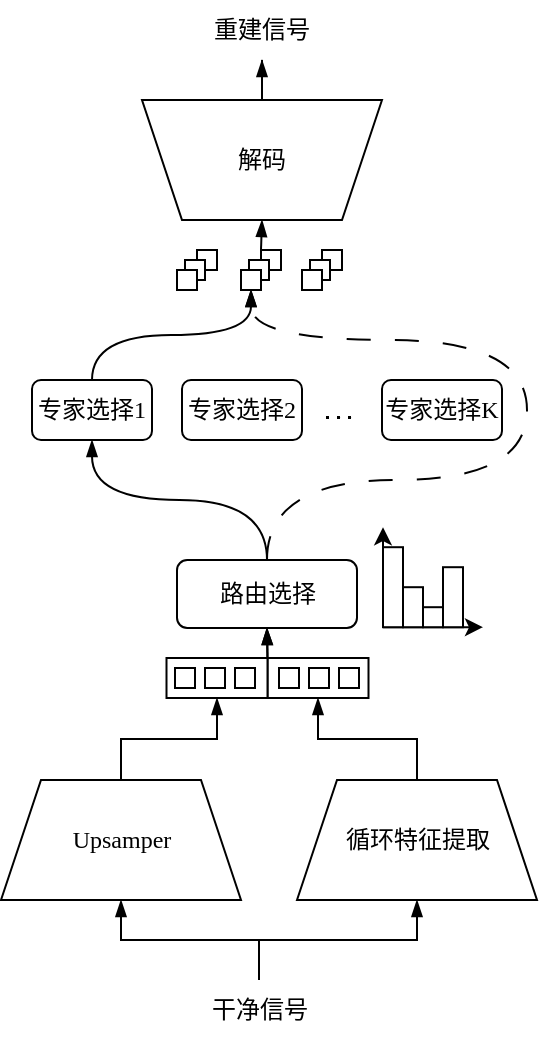
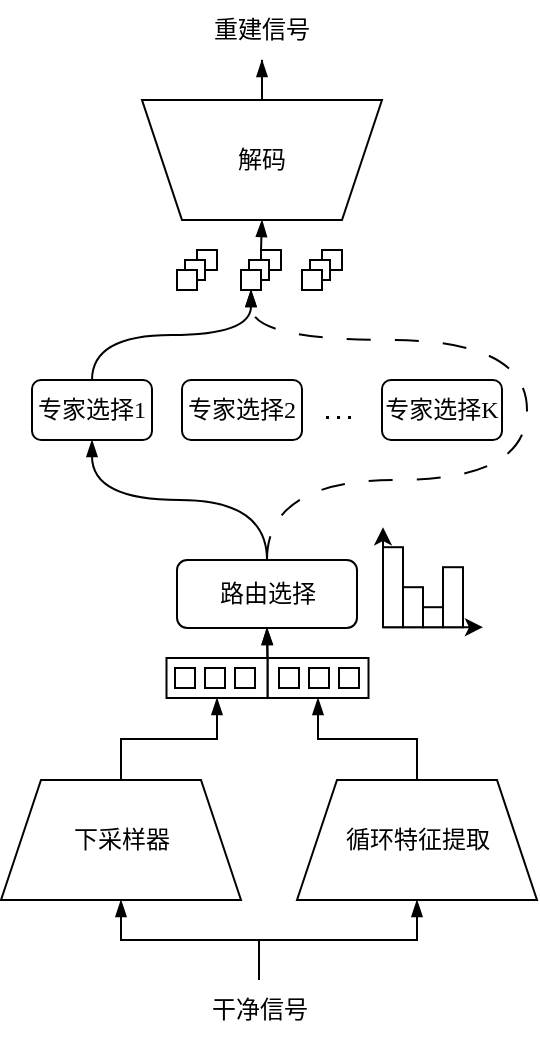
<mxfile host="app.diagrams.net">
  <diagram name="第 1 页" id="SjvYNRHAluqE4aQ-oaUj">
    <mxGraphModel dx="978" dy="629" grid="1" gridSize="10" guides="1" tooltips="1" connect="1" arrows="1" fold="1" page="1" pageScale="1" pageWidth="827" pageHeight="1169" math="1" shadow="0">
      <root>
        <mxCell id="0" />
        <mxCell id="1" parent="0" />
        <mxCell id="3LzpJVUNnBmxpikHaiK4-5" parent="1" style="rounded=0;whiteSpace=wrap;html=1;" value="" vertex="1">
          <mxGeometry height="20" width="50.5" x="397.75" y="449" as="geometry" />
        </mxCell>
        <mxCell id="3LzpJVUNnBmxpikHaiK4-4" parent="1" style="rounded=0;whiteSpace=wrap;html=1;" value="" vertex="1">
          <mxGeometry height="20" width="50.5" x="347.25" y="449" as="geometry" />
        </mxCell>
        <mxCell id="EWaWObAG_BLBcivEIfbB-2" edge="1" parent="1" source="EWaWObAG_BLBcivEIfbB-3" style="endArrow=blockThin;html=1;rounded=0;entryX=0.5;entryY=1;entryDx=0;entryDy=0;endFill=1;exitX=0.5;exitY=0;exitDx=0;exitDy=0;fontFamily=Times New Roman;fontSize=12;edgeStyle=orthogonalEdgeStyle;" target="EWaWObAG_BLBcivEIfbB-5" value="">
          <mxGeometry height="50" relative="1" width="50" as="geometry">
            <mxPoint x="397.5" y="575" as="sourcePoint" />
            <mxPoint x="407.5" y="585" as="targetPoint" />
          </mxGeometry>
        </mxCell>
        <mxCell id="3LzpJVUNnBmxpikHaiK4-6" edge="1" parent="1" source="EWaWObAG_BLBcivEIfbB-3" style="edgeStyle=orthogonalEdgeStyle;rounded=0;orthogonalLoop=1;jettySize=auto;html=1;entryX=0.5;entryY=1;entryDx=0;entryDy=0;endArrow=blockThin;endFill=1;" target="3LzpJVUNnBmxpikHaiK4-1">
          <mxGeometry relative="1" as="geometry" />
        </mxCell>
        <mxCell id="EWaWObAG_BLBcivEIfbB-3" parent="1" style="text;html=1;whiteSpace=wrap;strokeColor=none;fillColor=none;align=center;verticalAlign=middle;rounded=0;fontFamily=Times New Roman;fontSize=12;" value="干净信号" vertex="1">
          <mxGeometry height="30" width="60" x="363.5" y="610" as="geometry" />
        </mxCell>
        <mxCell id="EWaWObAG_BLBcivEIfbB-4" edge="1" parent="1" source="EWaWObAG_BLBcivEIfbB-5" style="edgeStyle=orthogonalEdgeStyle;rounded=0;orthogonalLoop=1;jettySize=auto;html=1;entryX=0.5;entryY=1;entryDx=0;entryDy=0;endArrow=blockThin;endFill=1;exitX=0.5;exitY=0;exitDx=0;exitDy=0;fontFamily=Times New Roman;fontSize=12;" target="3LzpJVUNnBmxpikHaiK4-5">
          <mxGeometry relative="1" as="geometry" />
        </mxCell>
        <mxCell id="EWaWObAG_BLBcivEIfbB-5" parent="1" style="shape=trapezoid;perimeter=trapezoidPerimeter;whiteSpace=wrap;html=1;fixedSize=1;fontFamily=Times New Roman;fontSize=12;" value="&lt;div&gt;循环特征提取&lt;/div&gt;" vertex="1">
          <mxGeometry height="60" width="120" x="412.5" y="510" as="geometry" />
        </mxCell>
        <mxCell id="EWaWObAG_BLBcivEIfbB-6" edge="1" parent="1" source="EWaWObAG_BLBcivEIfbB-7" style="edgeStyle=orthogonalEdgeStyle;rounded=0;orthogonalLoop=1;jettySize=auto;html=1;endArrow=blockThin;endFill=1;entryX=0.5;entryY=1;entryDx=0;entryDy=0;fontFamily=Times New Roman;fontSize=12;" target="EWaWObAG_BLBcivEIfbB-59">
          <mxGeometry relative="1" as="geometry">
            <mxPoint x="395" y="120" as="targetPoint" />
          </mxGeometry>
        </mxCell>
        <mxCell id="EWaWObAG_BLBcivEIfbB-7" parent="1" style="shape=trapezoid;perimeter=trapezoidPerimeter;whiteSpace=wrap;html=1;fixedSize=1;rotation=-180;fontFamily=Times New Roman;fontSize=12;" value="" vertex="1">
          <mxGeometry height="60" width="120" x="335" y="170" as="geometry" />
        </mxCell>
        <mxCell id="EWaWObAG_BLBcivEIfbB-8" parent="1" style="rounded=0;whiteSpace=wrap;html=1;rotation=90;fontFamily=Times New Roman;fontSize=12;" value="" vertex="1">
          <mxGeometry height="10" width="10" x="433.5" y="454" as="geometry" />
        </mxCell>
        <mxCell id="EWaWObAG_BLBcivEIfbB-9" parent="1" style="rounded=0;whiteSpace=wrap;html=1;rotation=90;fontFamily=Times New Roman;fontSize=12;" value="" vertex="1">
          <mxGeometry height="10" width="10" x="418.5" y="454" as="geometry" />
        </mxCell>
        <mxCell id="EWaWObAG_BLBcivEIfbB-11" edge="1" parent="1" source="3LzpJVUNnBmxpikHaiK4-5" style="edgeStyle=orthogonalEdgeStyle;rounded=0;orthogonalLoop=1;jettySize=auto;html=1;entryX=0.5;entryY=1;entryDx=0;entryDy=0;endArrow=blockThin;endFill=1;fontFamily=Times New Roman;fontSize=12;exitX=0;exitY=0;exitDx=0;exitDy=0;" target="EWaWObAG_BLBcivEIfbB-18">
          <mxGeometry relative="1" as="geometry" />
        </mxCell>
        <mxCell id="EWaWObAG_BLBcivEIfbB-12" parent="1" style="rounded=0;whiteSpace=wrap;html=1;rotation=90;fontFamily=Times New Roman;fontSize=12;" value="" vertex="1">
          <mxGeometry height="10" width="10" x="403.5" y="454" as="geometry" />
        </mxCell>
        <mxCell id="EWaWObAG_BLBcivEIfbB-13" parent="1" style="rounded=0;whiteSpace=wrap;html=1;rotation=90;fontFamily=Times New Roman;fontSize=12;" value="" vertex="1">
          <mxGeometry height="10" width="10" x="381.5" y="454" as="geometry" />
        </mxCell>
        <mxCell id="EWaWObAG_BLBcivEIfbB-15" parent="1" style="rounded=0;whiteSpace=wrap;html=1;rotation=90;fontFamily=Times New Roman;fontSize=12;" value="" vertex="1">
          <mxGeometry height="10" width="10" x="366.5" y="454" as="geometry" />
        </mxCell>
        <mxCell id="EWaWObAG_BLBcivEIfbB-16" edge="1" parent="1" source="EWaWObAG_BLBcivEIfbB-18" style="edgeStyle=orthogonalEdgeStyle;rounded=0;orthogonalLoop=1;jettySize=auto;html=1;entryX=0.5;entryY=1;entryDx=0;entryDy=0;curved=1;exitX=0.5;exitY=0;exitDx=0;exitDy=0;endArrow=blockThin;endFill=1;fontFamily=Times New Roman;fontSize=12;" target="EWaWObAG_BLBcivEIfbB-20">
          <mxGeometry relative="1" as="geometry" />
        </mxCell>
        <mxCell id="EWaWObAG_BLBcivEIfbB-17" edge="1" parent="1" source="EWaWObAG_BLBcivEIfbB-18" style="edgeStyle=orthogonalEdgeStyle;rounded=0;orthogonalLoop=1;jettySize=auto;html=1;entryX=0.5;entryY=1;entryDx=0;entryDy=0;exitX=0.5;exitY=0;exitDx=0;exitDy=0;curved=1;endArrow=blockThin;endFill=1;dashed=1;dashPattern=12 12;fontFamily=Times New Roman;fontSize=12;" target="EWaWObAG_BLBcivEIfbB-55">
          <mxGeometry relative="1" as="geometry">
            <Array as="points">
              <mxPoint x="397.5" y="360" />
              <mxPoint x="527.5" y="360" />
              <mxPoint x="527.5" y="290" />
              <mxPoint x="389.5" y="290" />
            </Array>
          </mxGeometry>
        </mxCell>
        <mxCell id="EWaWObAG_BLBcivEIfbB-18" parent="1" style="rounded=1;whiteSpace=wrap;html=1;fontFamily=Times New Roman;fontSize=12;" value="路由选择" vertex="1">
          <mxGeometry height="34" width="90" x="352.5" y="400" as="geometry" />
        </mxCell>
        <mxCell id="EWaWObAG_BLBcivEIfbB-19" edge="1" parent="1" source="EWaWObAG_BLBcivEIfbB-20" style="edgeStyle=orthogonalEdgeStyle;rounded=0;orthogonalLoop=1;jettySize=auto;html=1;entryX=0.5;entryY=1;entryDx=0;entryDy=0;exitX=0.5;exitY=0;exitDx=0;exitDy=0;curved=1;endArrow=blockThin;endFill=1;fontFamily=Times New Roman;fontSize=12;" target="EWaWObAG_BLBcivEIfbB-55">
          <mxGeometry relative="1" as="geometry" />
        </mxCell>
        <mxCell id="EWaWObAG_BLBcivEIfbB-20" parent="1" style="rounded=1;whiteSpace=wrap;html=1;fontFamily=Times New Roman;fontSize=12;" value="专家选择1" vertex="1">
          <mxGeometry height="30" width="60" x="280" y="310" as="geometry" />
        </mxCell>
        <mxCell id="EWaWObAG_BLBcivEIfbB-21" parent="1" style="rounded=1;whiteSpace=wrap;html=1;fontFamily=Times New Roman;fontSize=12;" value="专家选择2" vertex="1">
          <mxGeometry height="30" width="60" x="355" y="310" as="geometry" />
        </mxCell>
        <mxCell id="EWaWObAG_BLBcivEIfbB-22" parent="1" style="rounded=1;whiteSpace=wrap;html=1;fontFamily=Times New Roman;fontSize=12;" value="专家选择K" vertex="1">
          <mxGeometry height="30" width="60" x="455" y="310" as="geometry" />
        </mxCell>
        <mxCell id="EWaWObAG_BLBcivEIfbB-23" parent="1" style="text;html=1;whiteSpace=wrap;strokeColor=none;fillColor=none;align=center;verticalAlign=middle;rounded=0;fontFamily=Times New Roman;fontSize=12;" value="\[...\]" vertex="1">
          <mxGeometry height="10" width="20" x="422.5" y="320" as="geometry" />
        </mxCell>
        <mxCell id="EWaWObAG_BLBcivEIfbB-24" edge="1" parent="1" source="EWaWObAG_BLBcivEIfbB-23" style="edgeStyle=orthogonalEdgeStyle;rounded=0;orthogonalLoop=1;jettySize=auto;html=1;exitX=0.5;exitY=1;exitDx=0;exitDy=0;fontFamily=Times New Roman;fontSize=12;" target="EWaWObAG_BLBcivEIfbB-23">
          <mxGeometry relative="1" as="geometry" />
        </mxCell>
        <mxCell id="EWaWObAG_BLBcivEIfbB-25" edge="1" parent="1" style="endArrow=classic;html=1;rounded=0;fontFamily=Times New Roman;fontSize=12;" value="">
          <mxGeometry height="50" relative="1" width="50" as="geometry">
            <mxPoint x="455.5" y="433.6" as="sourcePoint" />
            <mxPoint x="455.5" y="383.6" as="targetPoint" />
          </mxGeometry>
        </mxCell>
        <mxCell id="EWaWObAG_BLBcivEIfbB-26" edge="1" parent="1" style="endArrow=classic;html=1;rounded=0;fontFamily=Times New Roman;fontSize=12;" value="">
          <mxGeometry height="50" relative="1" width="50" as="geometry">
            <mxPoint x="455.5" y="433.6" as="sourcePoint" />
            <mxPoint x="505.5" y="433.6" as="targetPoint" />
          </mxGeometry>
        </mxCell>
        <mxCell id="EWaWObAG_BLBcivEIfbB-27" parent="1" style="rounded=0;whiteSpace=wrap;html=1;fontFamily=Times New Roman;fontSize=12;" value="" vertex="1">
          <mxGeometry height="30" width="10" x="485.5" y="403.6" as="geometry" />
        </mxCell>
        <mxCell id="EWaWObAG_BLBcivEIfbB-28" parent="1" style="rounded=0;whiteSpace=wrap;html=1;fontFamily=Times New Roman;fontSize=12;" value="" vertex="1">
          <mxGeometry height="40" width="10" x="455.5" y="393.6" as="geometry" />
        </mxCell>
        <mxCell id="EWaWObAG_BLBcivEIfbB-29" parent="1" style="rounded=0;whiteSpace=wrap;html=1;fontFamily=Times New Roman;fontSize=12;" value="" vertex="1">
          <mxGeometry height="10" width="10" x="475.5" y="423.6" as="geometry" />
        </mxCell>
        <mxCell id="EWaWObAG_BLBcivEIfbB-30" parent="1" style="rounded=0;whiteSpace=wrap;html=1;fontFamily=Times New Roman;fontSize=12;" value="" vertex="1">
          <mxGeometry height="20" width="10" x="465.5" y="413.6" as="geometry" />
        </mxCell>
        <mxCell id="EWaWObAG_BLBcivEIfbB-31" parent="1" style="text;html=1;whiteSpace=wrap;strokeColor=none;fillColor=none;align=center;verticalAlign=middle;rounded=0;fontFamily=Times New Roman;fontSize=12;" value="解码" vertex="1">
          <mxGeometry height="30" width="60" x="365" y="185" as="geometry" />
        </mxCell>
        <mxCell id="EWaWObAG_BLBcivEIfbB-34" edge="1" parent="1" source="EWaWObAG_BLBcivEIfbB-53" style="edgeStyle=orthogonalEdgeStyle;rounded=0;orthogonalLoop=1;jettySize=auto;html=1;entryX=0.5;entryY=0;entryDx=0;entryDy=0;exitX=0;exitY=0;exitDx=0;exitDy=0;endArrow=blockThin;endFill=1;fontFamily=Times New Roman;fontSize=12;" target="EWaWObAG_BLBcivEIfbB-7">
          <mxGeometry relative="1" as="geometry">
            <mxPoint x="396" y="240" as="sourcePoint" />
          </mxGeometry>
        </mxCell>
        <mxCell id="EWaWObAG_BLBcivEIfbB-50" parent="1" style="rounded=0;whiteSpace=wrap;html=1;fontFamily=Times New Roman;fontSize=12;" value="" vertex="1">
          <mxGeometry height="10" width="10" x="362.5" y="245" as="geometry" />
        </mxCell>
        <mxCell id="EWaWObAG_BLBcivEIfbB-51" parent="1" style="rounded=0;whiteSpace=wrap;html=1;fontFamily=Times New Roman;fontSize=12;" value="" vertex="1">
          <mxGeometry height="10" width="10" x="356.5" y="250" as="geometry" />
        </mxCell>
        <mxCell id="EWaWObAG_BLBcivEIfbB-52" parent="1" style="rounded=0;whiteSpace=wrap;html=1;fontFamily=Times New Roman;fontSize=12;" value="" vertex="1">
          <mxGeometry height="10" width="10" x="352.5" y="255" as="geometry" />
        </mxCell>
        <mxCell id="EWaWObAG_BLBcivEIfbB-53" parent="1" style="rounded=0;whiteSpace=wrap;html=1;fontFamily=Times New Roman;fontSize=12;" value="" vertex="1">
          <mxGeometry height="10" width="10" x="394.5" y="245" as="geometry" />
        </mxCell>
        <mxCell id="EWaWObAG_BLBcivEIfbB-54" parent="1" style="rounded=0;whiteSpace=wrap;html=1;fontFamily=Times New Roman;fontSize=12;" value="" vertex="1">
          <mxGeometry height="10" width="10" x="388.5" y="250" as="geometry" />
        </mxCell>
        <mxCell id="EWaWObAG_BLBcivEIfbB-55" parent="1" style="rounded=0;whiteSpace=wrap;html=1;fontFamily=Times New Roman;fontSize=12;" value="" vertex="1">
          <mxGeometry height="10" width="10" x="384.5" y="255" as="geometry" />
        </mxCell>
        <mxCell id="EWaWObAG_BLBcivEIfbB-56" parent="1" style="rounded=0;whiteSpace=wrap;html=1;fontFamily=Times New Roman;fontSize=12;" value="" vertex="1">
          <mxGeometry height="10" width="10" x="425" y="245" as="geometry" />
        </mxCell>
        <mxCell id="EWaWObAG_BLBcivEIfbB-57" parent="1" style="rounded=0;whiteSpace=wrap;html=1;fontFamily=Times New Roman;fontSize=12;" value="" vertex="1">
          <mxGeometry height="10" width="10" x="419" y="250" as="geometry" />
        </mxCell>
        <mxCell id="EWaWObAG_BLBcivEIfbB-58" parent="1" style="rounded=0;whiteSpace=wrap;html=1;fontFamily=Times New Roman;fontSize=12;" value="" vertex="1">
          <mxGeometry height="10" width="10" x="415" y="255" as="geometry" />
        </mxCell>
        <mxCell id="EWaWObAG_BLBcivEIfbB-59" parent="1" style="text;html=1;whiteSpace=wrap;strokeColor=none;fillColor=none;align=center;verticalAlign=middle;rounded=0;fontFamily=Times New Roman;fontSize=12;" value="重建信号" vertex="1">
          <mxGeometry height="30" width="60" x="365" y="120" as="geometry" />
        </mxCell>
        <mxCell id="3LzpJVUNnBmxpikHaiK4-3" edge="1" parent="1" source="3LzpJVUNnBmxpikHaiK4-1" style="edgeStyle=orthogonalEdgeStyle;rounded=0;orthogonalLoop=1;jettySize=auto;html=1;entryX=0.5;entryY=1;entryDx=0;entryDy=0;endArrow=blockThin;endFill=1;" target="3LzpJVUNnBmxpikHaiK4-4">
          <mxGeometry relative="1" as="geometry" />
        </mxCell>
-         <mxCell id="3LzpJVUNnBmxpikHaiK4-1" parent="1" style="shape=trapezoid;perimeter=trapezoidPerimeter;whiteSpace=wrap;html=1;fixedSize=1;fontFamily=Times New Roman;fontSize=12;" value="Upsamper" vertex="1">
+         <mxCell id="3LzpJVUNnBmxpikHaiK4-1" parent="1" style="shape=trapezoid;perimeter=trapezoidPerimeter;whiteSpace=wrap;html=1;fixedSize=1;fontFamily=Times New Roman;fontSize=12;" value="下采样器" vertex="1">
          <mxGeometry height="60" width="120" x="264.5" y="510" as="geometry" />
        </mxCell>
        <mxCell id="3LzpJVUNnBmxpikHaiK4-2" parent="1" style="rounded=0;whiteSpace=wrap;html=1;rotation=90;fontFamily=Times New Roman;fontSize=12;" value="" vertex="1">
          <mxGeometry height="10" width="10" x="351.5" y="454" as="geometry" />
        </mxCell>
        <mxCell id="3LzpJVUNnBmxpikHaiK4-7" edge="1" parent="1" source="3LzpJVUNnBmxpikHaiK4-4" style="edgeStyle=orthogonalEdgeStyle;rounded=0;orthogonalLoop=1;jettySize=auto;html=1;entryX=0.5;entryY=1;entryDx=0;entryDy=0;endArrow=blockThin;endFill=1;fontFamily=Times New Roman;fontSize=12;exitX=1;exitY=0;exitDx=0;exitDy=0;" target="EWaWObAG_BLBcivEIfbB-18">
          <mxGeometry relative="1" as="geometry">
            <mxPoint x="403" y="445" as="sourcePoint" />
            <mxPoint x="400" y="430" as="targetPoint" />
          </mxGeometry>
        </mxCell>
      </root>
    </mxGraphModel>
  </diagram>
</mxfile>
